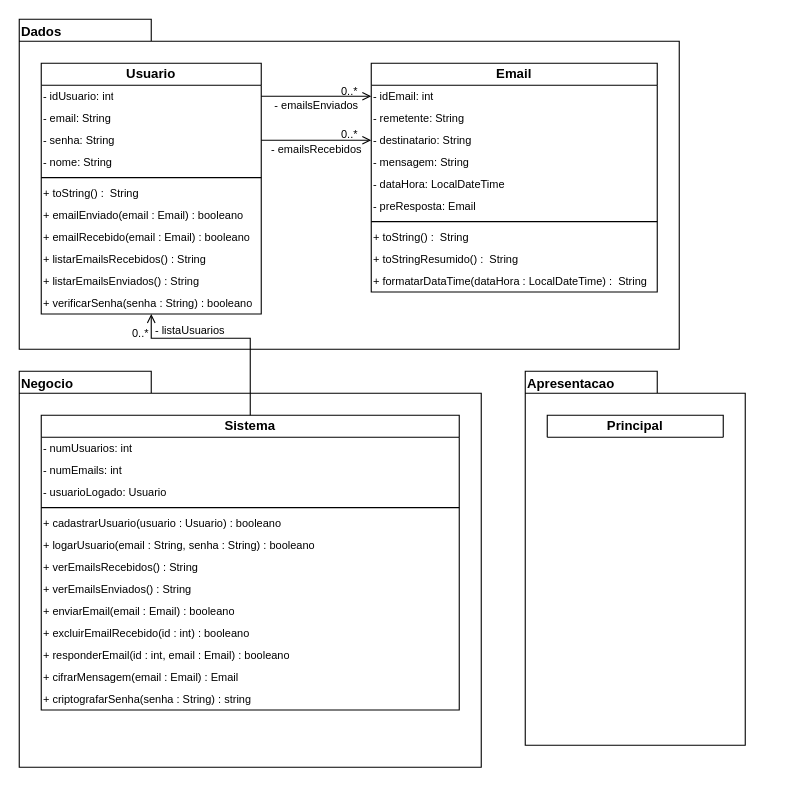
JoaoVargas/2023.2.POO keeps this draw.io diagram as TF/Modelo de Classe TF1.drawio. Above is the earlier version. Source tidied: cells renumbered, new cells numbered last; positions are measured from the earlier drawing's top-left corner, leaving out a move shared by most shapes. Both pictures are drawn from the tidied source at 110%, with x=0, y=0 at pixel (19, 19).
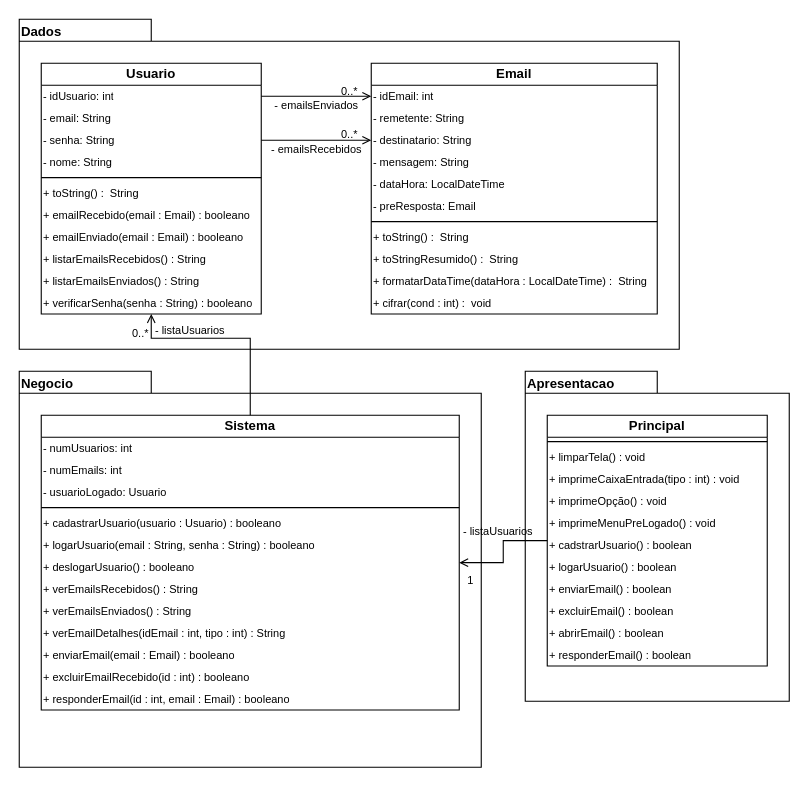
The same diagram, later.

The change refers to these unchanged cells:
```xml
<mxCell id="8" value="&lt;b&gt;Usuario&lt;/b&gt;" style="swimlane;fontStyle=0;horizontal=1;startSize=20;fillColor=none;whiteSpace=wrap;html=1;rounded=0;" parent="1" vertex="1">
  <mxGeometry x="20" y="40" width="200" height="228" as="geometry" />
</mxCell>
<mxCell id="32" value="&lt;b&gt;Sistema&lt;/b&gt;" style="swimlane;fontStyle=0;horizontal=1;startSize=20;fillColor=none;whiteSpace=wrap;html=1;rounded=0;" parent="1" vertex="1">
  <mxGeometry x="20" y="360" width="380" height="268" as="geometry" />
</mxCell>
```

The edit, as a diff of the source:
```diff
@@
     <mxCell id="6" value="Apresentacao" style="shape=folder;fontStyle=1;spacingTop=0;tabWidth=120;tabHeight=20;tabPosition=left;html=1;whiteSpace=wrap;align=left;verticalAlign=top;labelPosition=center;verticalLabelPosition=middle;horizontal=1;spacing=0;spacingLeft=2;fillColor=none;rounded=0;" parent="1" vertex="1">
-      <mxGeometry x="460" y="320" width="200" height="340" as="geometry" />
+      <mxGeometry x="460" y="320" width="240" height="300" as="geometry" />
     </mxCell>
@@
+    <mxCell id="16" value="&lt;div style=&quot;font-size: 10px;&quot;&gt;+ emailRecebido(email : Email) : booleano&lt;br&gt;&lt;/div&gt;" style="text;strokeColor=none;fillColor=none;align=left;verticalAlign=middle;spacingLeft=2;spacingRight=2;overflow=hidden;whiteSpace=wrap;html=1;spacing=0;fontSize=10;rounded=0;" parent="8" vertex="1">
+      <mxGeometry y="128" width="200" height="20" as="geometry" />
+    </mxCell>
     <mxCell id="15" value="&lt;div style=&quot;font-size: 10px;&quot;&gt;+ emailEnviado(email : Email) : booleano&lt;br&gt;&lt;/div&gt;" style="text;strokeColor=none;fillColor=none;align=left;verticalAlign=middle;spacingLeft=2;spacingRight=2;overflow=hidden;whiteSpace=wrap;html=1;spacing=0;fontSize=10;rounded=0;" parent="8" vertex="1">
-      <mxGeometry y="128" width="200" height="20" as="geometry" />
+      <mxGeometry y="148" width="200" height="20" as="geometry" />
     </mxCell>
-    <mxCell id="16" value="&lt;div style=&quot;font-size: 10px;&quot;&gt;+ emailRecebido(email : Email) : booleano&lt;br&gt;&lt;/div&gt;" style="text;strokeColor=none;fillColor=none;align=left;verticalAlign=middle;spacingLeft=2;spacingRight=2;overflow=hidden;whiteSpace=wrap;html=1;spacing=0;fontSize=10;rounded=0;" parent="8" vertex="1">
-      <mxGeometry y="148" width="200" height="20" as="geometry" />
-    </mxCell>
@@
     <mxCell id="20" value="&lt;b&gt;Email&lt;/b&gt;" style="swimlane;fontStyle=0;horizontal=1;startSize=20;fillColor=none;whiteSpace=wrap;html=1;rounded=0;" parent="1" vertex="1">
-      <mxGeometry x="320" y="40" width="260" height="208" as="geometry" />
+      <mxGeometry x="320" y="40" width="260" height="228" as="geometry" />
     </mxCell>
@@
+    <mxCell id="52" value="&lt;div style=&quot;font-size: 10px;&quot;&gt;+ cifrar(cond : int) :&amp;nbsp; void&lt;br&gt;&lt;/div&gt;" style="text;strokeColor=none;fillColor=none;align=left;verticalAlign=middle;spacingLeft=2;spacingRight=2;overflow=hidden;whiteSpace=wrap;html=1;spacing=0;fontSize=10;rounded=0;" parent="20" vertex="1">
+      <mxGeometry y="208" width="260" height="20" as="geometry" />
+    </mxCell>
+    <mxCell id="53" style="edgeStyle=orthogonalEdgeStyle;rounded=0;jettySize=auto;html=1;exitX=0;exitY=0.5;exitDx=0;exitDy=0;entryX=1;entryY=0.5;entryDx=0;entryDy=0;endArrow=open;endFill=0;" parent="1" edge="1" source="31" target="32">
+      <mxGeometry relative="1" as="geometry" />
+    </mxCell>
-    <mxCell id="31" value="&lt;b&gt;Principal&lt;/b&gt;" style="swimlane;fontStyle=0;horizontal=1;startSize=20;fillColor=none;whiteSpace=wrap;html=1;rounded=0;" parent="1" vertex="1" collapsed="1">
-      <mxGeometry x="480" y="360" width="160" height="20" as="geometry" />
+    <mxCell id="31" value="&lt;b&gt;Principal&lt;/b&gt;" style="swimlane;fontStyle=0;horizontal=1;startSize=20;fillColor=none;whiteSpace=wrap;html=1;rounded=0;" parent="1" vertex="1">
+      <mxGeometry x="480" y="360" width="200" height="228" as="geometry" />
     </mxCell>
+    <mxCell id="54" style="line;strokeWidth=1;fillColor=none;align=left;verticalAlign=middle;spacingTop=-1;spacingLeft=3;spacingRight=3;labelPosition=right;strokeColor=inherit;rounded=0;" parent="31" vertex="1">
+      <mxGeometry y="20" width="200" height="8" as="geometry" />
+    </mxCell>
+    <mxCell id="55" value="&lt;div style=&quot;font-size: 10px;&quot;&gt;+ limparTela() : void&lt;/div&gt;" style="text;strokeColor=none;fillColor=none;align=left;verticalAlign=middle;spacingLeft=2;spacingRight=2;overflow=hidden;whiteSpace=wrap;html=1;spacing=0;fontSize=10;rounded=0;" parent="31" vertex="1">
+      <mxGeometry y="28" width="200" height="20" as="geometry" />
+    </mxCell>
+    <mxCell id="56" value="&lt;div style=&quot;font-size: 10px;&quot;&gt;+ imprimeCaixaEntrada(tipo : int) : void&lt;/div&gt;" style="text;strokeColor=none;fillColor=none;align=left;verticalAlign=middle;spacingLeft=2;spacingRight=2;overflow=hidden;whiteSpace=wrap;html=1;spacing=0;fontSize=10;rounded=0;" parent="31" vertex="1">
+      <mxGeometry y="48" width="200" height="20" as="geometry" />
+    </mxCell>
+    <mxCell id="57" value="&lt;div style=&quot;font-size: 10px;&quot;&gt;+ imprimeOpção() : void&lt;/div&gt;" style="text;strokeColor=none;fillColor=none;align=left;verticalAlign=middle;spacingLeft=2;spacingRight=2;overflow=hidden;whiteSpace=wrap;html=1;spacing=0;fontSize=10;rounded=0;" parent="31" vertex="1">
+      <mxGeometry y="68" width="200" height="20" as="geometry" />
+    </mxCell>
+    <mxCell id="58" value="&lt;div style=&quot;font-size: 10px;&quot;&gt;+ imprimeMenuPreLogado() : void&lt;/div&gt;" style="text;strokeColor=none;fillColor=none;align=left;verticalAlign=middle;spacingLeft=2;spacingRight=2;overflow=hidden;whiteSpace=wrap;html=1;spacing=0;fontSize=10;rounded=0;" parent="31" vertex="1">
+      <mxGeometry y="88" width="200" height="20" as="geometry" />
+    </mxCell>
+    <mxCell id="59" value="&lt;div style=&quot;font-size: 10px;&quot;&gt;+ cadstrarUsuario() : boolean&lt;/div&gt;" style="text;strokeColor=none;fillColor=none;align=left;verticalAlign=middle;spacingLeft=2;spacingRight=2;overflow=hidden;whiteSpace=wrap;html=1;spacing=0;fontSize=10;rounded=0;" parent="31" vertex="1">
+      <mxGeometry y="108" width="200" height="20" as="geometry" />
+    </mxCell>
+    <mxCell id="60" value="&lt;div style=&quot;font-size: 10px;&quot;&gt;+ logarUsuario() : boolean&lt;/div&gt;" style="text;strokeColor=none;fillColor=none;align=left;verticalAlign=middle;spacingLeft=2;spacingRight=2;overflow=hidden;whiteSpace=wrap;html=1;spacing=0;fontSize=10;rounded=0;" parent="31" vertex="1">
+      <mxGeometry y="128" width="200" height="20" as="geometry" />
+    </mxCell>
+    <mxCell id="61" value="&lt;div style=&quot;font-size: 10px;&quot;&gt;+ enviarEmail() : boolean&lt;/div&gt;" style="text;strokeColor=none;fillColor=none;align=left;verticalAlign=middle;spacingLeft=2;spacingRight=2;overflow=hidden;whiteSpace=wrap;html=1;spacing=0;fontSize=10;rounded=0;" parent="31" vertex="1">
+      <mxGeometry y="148" width="200" height="20" as="geometry" />
+    </mxCell>
+    <mxCell id="62" value="&lt;div style=&quot;font-size: 10px;&quot;&gt;+ excluirEmail() : boolean&lt;/div&gt;" style="text;strokeColor=none;fillColor=none;align=left;verticalAlign=middle;spacingLeft=2;spacingRight=2;overflow=hidden;whiteSpace=wrap;html=1;spacing=0;fontSize=10;rounded=0;" parent="31" vertex="1">
+      <mxGeometry y="168" width="200" height="20" as="geometry" />
+    </mxCell>
+    <mxCell id="63" value="&lt;div style=&quot;font-size: 10px;&quot;&gt;+ abrirEmail() : boolean&lt;/div&gt;" style="text;strokeColor=none;fillColor=none;align=left;verticalAlign=middle;spacingLeft=2;spacingRight=2;overflow=hidden;whiteSpace=wrap;html=1;spacing=0;fontSize=10;rounded=0;" parent="31" vertex="1">
+      <mxGeometry y="188" width="200" height="20" as="geometry" />
+    </mxCell>
+    <mxCell id="64" value="&lt;div style=&quot;font-size: 10px;&quot;&gt;+ responderEmail() : boolean&lt;/div&gt;" style="text;strokeColor=none;fillColor=none;align=left;verticalAlign=middle;spacingLeft=2;spacingRight=2;overflow=hidden;whiteSpace=wrap;html=1;spacing=0;fontSize=10;rounded=0;" parent="31" vertex="1">
+      <mxGeometry y="208" width="200" height="20" as="geometry" />
+    </mxCell>
@@
+    <mxCell id="65" value="&lt;div style=&quot;font-size: 10px;&quot;&gt;+ deslogarUsuario() : booleano&lt;br&gt;&lt;/div&gt;" style="text;strokeColor=none;fillColor=none;align=left;verticalAlign=middle;spacingLeft=2;spacingRight=2;overflow=hidden;whiteSpace=wrap;html=1;spacing=0;fontSize=10;rounded=0;" parent="32" vertex="1">
+      <mxGeometry y="128" width="380" height="20" as="geometry" />
+    </mxCell>
     <mxCell id="39" value="&lt;div style=&quot;font-size: 10px;&quot;&gt;+ verEmailsRecebidos() : String&lt;/div&gt;" style="text;strokeColor=none;fillColor=none;align=left;verticalAlign=middle;spacingLeft=2;spacingRight=2;overflow=hidden;whiteSpace=wrap;html=1;spacing=0;fontSize=10;rounded=0;" parent="32" vertex="1">
-      <mxGeometry y="128" width="380" height="20" as="geometry" />
+      <mxGeometry y="148" width="380" height="20" as="geometry" />
     </mxCell>
     <mxCell id="40" value="&lt;div style=&quot;font-size: 10px;&quot;&gt;+ verEmailsEnviados() : String&lt;br&gt;&lt;/div&gt;" style="text;strokeColor=none;fillColor=none;align=left;verticalAlign=middle;spacingLeft=2;spacingRight=2;overflow=hidden;whiteSpace=wrap;html=1;spacing=0;fontSize=10;rounded=0;" parent="32" vertex="1">
-      <mxGeometry y="148" width="380" height="20" as="geometry" />
+      <mxGeometry y="168" width="380" height="20" as="geometry" />
     </mxCell>
+    <mxCell id="66" value="&lt;div style=&quot;font-size: 10px;&quot;&gt;+ verEmailDetalhes(idEmail : int, tipo : int) : String&lt;br&gt;&lt;/div&gt;" style="text;strokeColor=none;fillColor=none;align=left;verticalAlign=middle;spacingLeft=2;spacingRight=2;overflow=hidden;whiteSpace=wrap;html=1;spacing=0;fontSize=10;rounded=0;" parent="32" vertex="1">
+      <mxGeometry y="188" width="380" height="20" as="geometry" />
+    </mxCell>
     <mxCell id="41" value="&lt;div style=&quot;font-size: 10px;&quot;&gt;+ enviarEmail(email : Email) : booleano&lt;br&gt;&lt;/div&gt;" style="text;strokeColor=none;fillColor=none;align=left;verticalAlign=middle;spacingLeft=2;spacingRight=2;overflow=hidden;whiteSpace=wrap;html=1;spacing=0;fontSize=10;rounded=0;" parent="32" vertex="1">
-      <mxGeometry y="168" width="380" height="20" as="geometry" />
+      <mxGeometry y="208" width="380" height="20" as="geometry" />
     </mxCell>
     <mxCell id="42" value="&lt;div style=&quot;font-size: 10px;&quot;&gt;+ excluirEmailRecebido(id : int) : booleano&lt;br&gt;&lt;/div&gt;" style="text;strokeColor=none;fillColor=none;align=left;verticalAlign=middle;spacingLeft=2;spacingRight=2;overflow=hidden;whiteSpace=wrap;html=1;spacing=0;fontSize=10;rounded=0;" parent="32" vertex="1">
-      <mxGeometry y="188" width="380" height="20" as="geometry" />
+      <mxGeometry y="228" width="380" height="20" as="geometry" />
     </mxCell>
     <mxCell id="43" value="&lt;div style=&quot;font-size: 10px;&quot;&gt;+ responderEmail(id : int, email : Email) : booleano&lt;br&gt;&lt;/div&gt;" style="text;strokeColor=none;fillColor=none;align=left;verticalAlign=middle;spacingLeft=2;spacingRight=2;overflow=hidden;whiteSpace=wrap;html=1;spacing=0;fontSize=10;rounded=0;" parent="32" vertex="1">
-      <mxGeometry y="208" width="380" height="20" as="geometry" />
+      <mxGeometry y="248" width="380" height="20" as="geometry" />
     </mxCell>
-    <mxCell id="44" value="&lt;div style=&quot;font-size: 10px;&quot;&gt;+ cifrarMensagem(email : Email) : Email&lt;br&gt;&lt;/div&gt;" style="text;strokeColor=none;fillColor=none;align=left;verticalAlign=middle;spacingLeft=2;spacingRight=2;overflow=hidden;whiteSpace=wrap;html=1;spacing=0;fontSize=10;rounded=0;" parent="32" vertex="1">
-      <mxGeometry y="228" width="380" height="20" as="geometry" />
-    </mxCell>
-    <mxCell id="45" value="&lt;div style=&quot;font-size: 10px;&quot;&gt;+ criptografarSenha(senha : String) : string&lt;br&gt;&lt;/div&gt;" style="text;strokeColor=none;fillColor=none;align=left;verticalAlign=middle;spacingLeft=2;spacingRight=2;overflow=hidden;whiteSpace=wrap;html=1;spacing=0;fontSize=10;rounded=0;" parent="32" vertex="1">
-      <mxGeometry y="248" width="380" height="20" as="geometry" />
-    </mxCell>
@@
+    <mxCell id="67" value="- listaUsuarios" style="text;html=1;align=center;verticalAlign=middle;strokeColor=none;fillColor=none;fontSize=10;" parent="1" vertex="1">
+      <mxGeometry x="390" y="450" width="90" height="30" as="geometry" />
+    </mxCell>
+    <mxCell id="68" value="&lt;div&gt;1&lt;/div&gt;&lt;div&gt;&lt;br&gt;&lt;/div&gt;" style="text;html=1;align=center;verticalAlign=middle;strokeColor=none;fillColor=none;fontSize=10;" parent="1" vertex="1">
+      <mxGeometry x="395" y="496" width="30" height="40" as="geometry" />
+    </mxCell>
```
